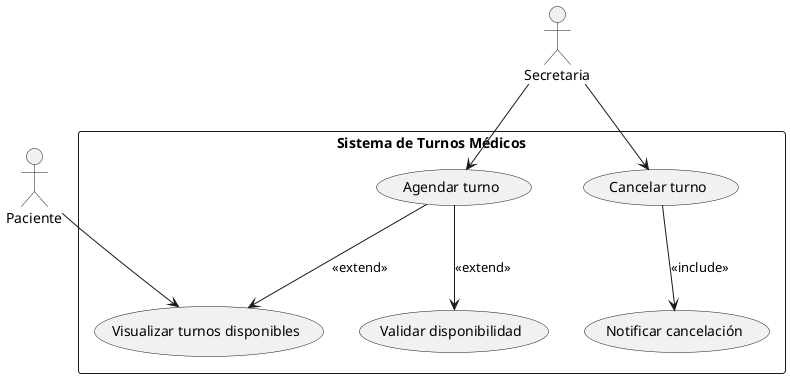
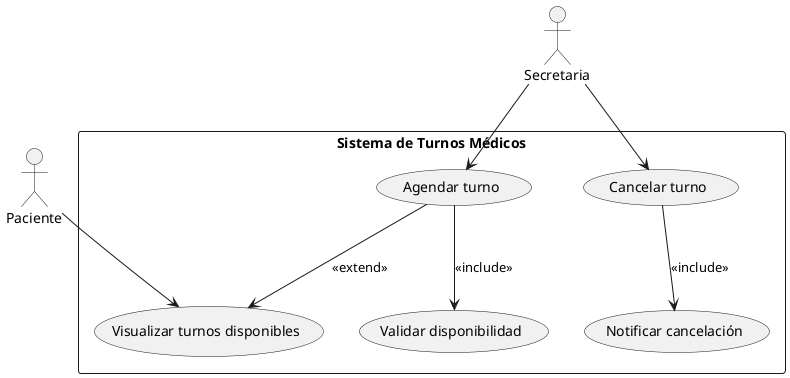
@startuml

actor Paciente
actor Secretaria
rectangle "Sistema de Turnos Médicos" {
  usecase "Visualizar turnos disponibles" as UC1
  usecase "Agendar turno" as UC2
  usecase "Cancelar turno" as UC3
  usecase "Validar disponibilidad" as UC4
  usecase "Notificar cancelación" as UC5

  Paciente --> (UC1)
  Secretaria --> (UC2)
  Secretaria --> (UC3)

-   (UC2) --> (UC4) : <<extend>>
+   (UC2) --> (UC4) : <<include>>
  (UC2) --> (UC1) : <<extend>>

  (UC3) --> (UC5) : <<include>>

}
@enduml

' RC: Se recomienda separar los casos de uso "Visualizar turnos disponibles", "Agendar turno" y "Cancelar turno" en diagramas independientes para mayor claridad y agregar el actor Secretaria como actor principal en "Cancelar turno".